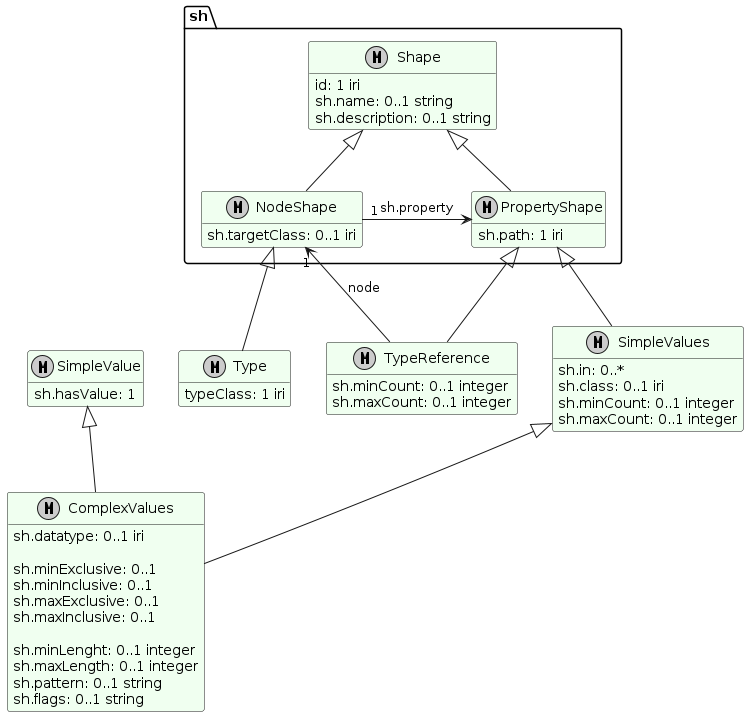
The PlantUML diagram out/img/imf-overview-types.png in imf-lab/imf-ontology-semweb, before a commit.
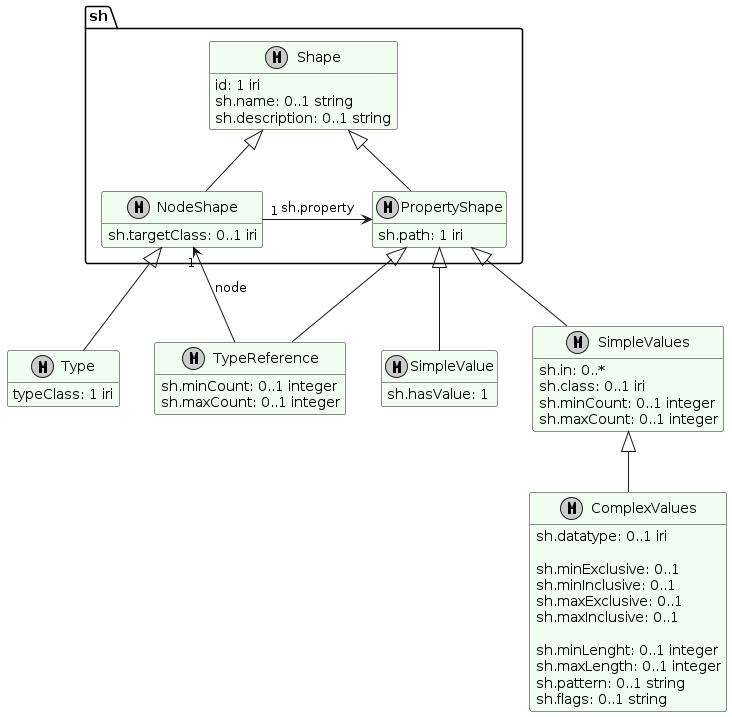
After the change.

Commit message:
fix bug type diagram

What changed in the source:
```diff
@@ -62,10 +62,10 @@
 
 sh.NodeShape <|-- Type
 
+sh.PropertyShape <|-- SimpleValue
 sh.PropertyShape <|-- SimpleValues
 sh.PropertyShape <|-- TypeReference
 
-SimpleValue <|-- ComplexValues
 SimpleValues <|-- ComplexValues
 
 sh.NodeShape "1" -right-> sh.PropertyShape : sh.property
```
